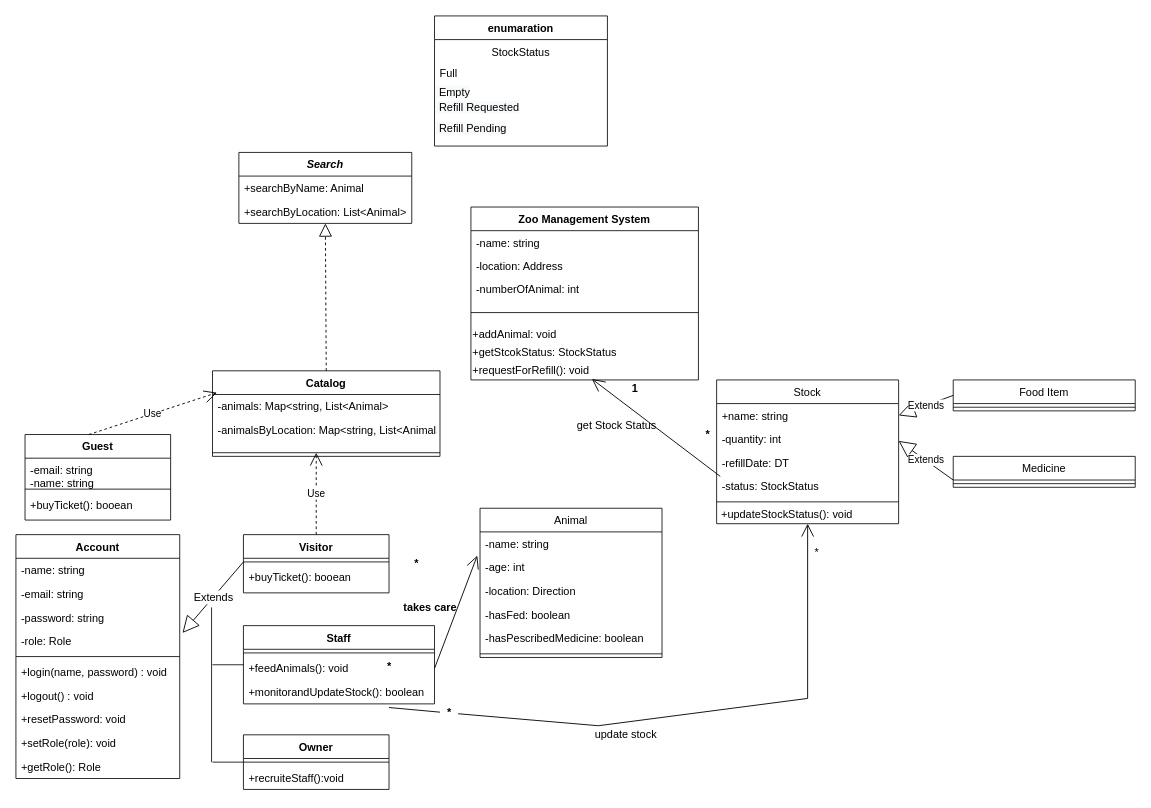
This is page "Zoo Management System" (2 of 5) of Movie Ticket Booking.drawio from Moytri/Uml-Diagram, a draw.io file, before an edit. Source tidied: cells renumbered, new cells numbered last; positions are measured from the earlier drawing's top-left corner, leaving out a move shared by most shapes. Both pictures are drawn from the tidied source at 91%, with x=0, y=0 at pixel (15, 15).
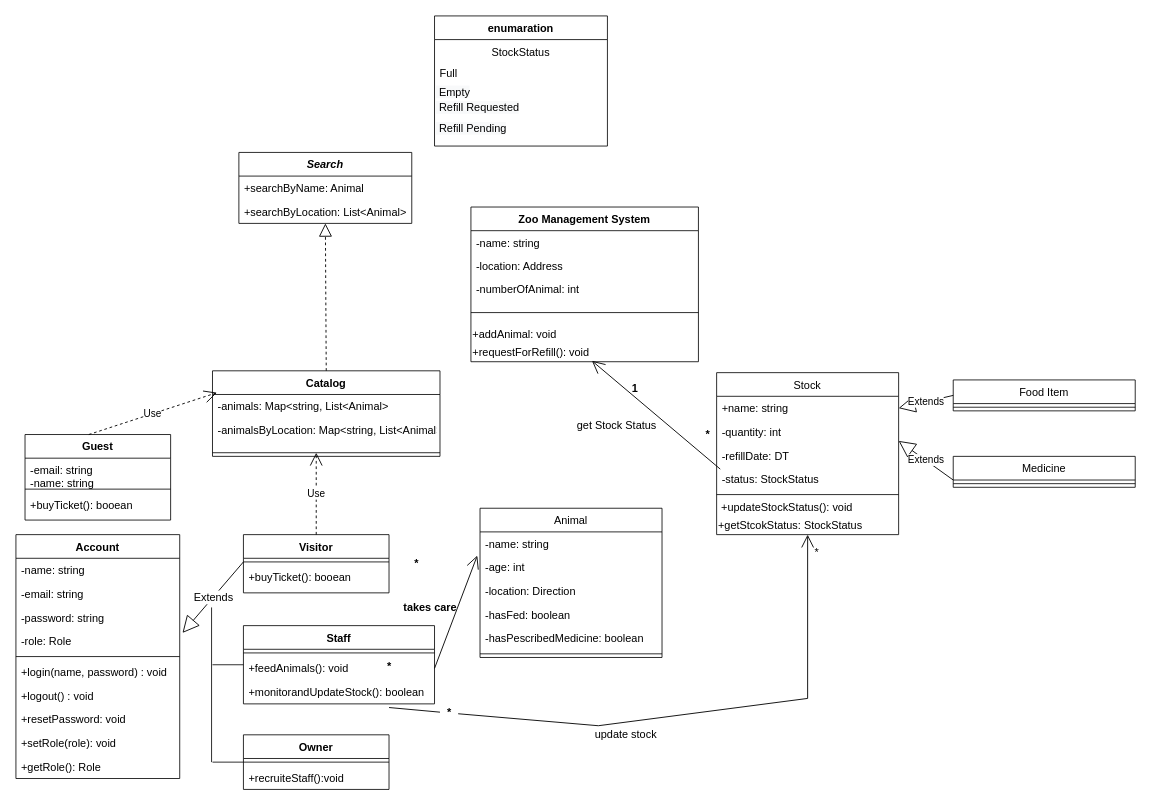
After the change.

The change refers to these unchanged cells:
```xml
<mxCell id="66" value="&amp;nbsp;+updateStockStatus(): void" style="text;html=1;align=left;verticalAlign=middle;points=[];strokeColor=none;fillColor=none;" parent="60" vertex="1">
  <mxGeometry y="138" width="200" height="20" as="geometry" />
</mxCell>
<mxCell id="86" value="&lt;b&gt;*&lt;/b&gt;" style="text;html=1;align=center;verticalAlign=middle;points=[];strokeColor=none;fillColor=none;" parent="1" vertex="1">
  <mxGeometry x="466" y="756" width="20" height="20" as="geometry" />
</mxCell>
```

Diff of the diagram source:
```diff
@@
     <mxCell id="52" value="Zoo Management System" style="swimlane;fontStyle=1;align=center;verticalAlign=top;horizontal=1;startSize=26;fontSize=12;strokeWidth=1;opacity=90;" parent="1" vertex="1">
-      <mxGeometry x="500" y="210" width="250" height="190" as="geometry" />
+      <mxGeometry x="500" y="210" width="250" height="170" as="geometry" />
     </mxCell>
@@
-    <mxCell id="58" value="+getStcokStatus: StockStatus" style="text;html=1;align=left;verticalAlign=middle;strokeColor=none;fillColor=none;" parent="52" vertex="1">
-      <mxGeometry y="150" width="250" height="20" as="geometry" />
-    </mxCell>
     <mxCell id="59" value="+requestForRefill(): void" style="text;html=1;align=left;verticalAlign=middle;points=[];strokeColor=none;fillColor=none;" parent="52" vertex="1">
-      <mxGeometry y="170" width="250" height="20" as="geometry" />
+      <mxGeometry y="150" width="250" height="20" as="geometry" />
     </mxCell>
     <mxCell id="60" value="Stock" style="swimlane;fontStyle=0;align=center;verticalAlign=top;horizontal=1;startSize=26;fontSize=12;strokeWidth=1;opacity=90;" parent="1" vertex="1">
-      <mxGeometry x="770" y="400" width="200" height="158" as="geometry" />
+      <mxGeometry x="770" y="392" width="200" height="178" as="geometry" />
     </mxCell>
@@
+    <mxCell id="58" value="+getStcokStatus: StockStatus" style="text;html=1;align=left;verticalAlign=middle;strokeColor=none;fillColor=none;" parent="60" vertex="1">
+      <mxGeometry y="158" width="200" height="20" as="geometry" />
+    </mxCell>
@@
-    <mxCell id="83" style="endArrow=open;endFill=1;endSize=12;html=1;rounded=0;startArrow=none;" parent="1" edge="1" source="86" target="66">
+    <mxCell id="83" style="endArrow=open;endFill=1;endSize=12;html=1;rounded=0;startArrow=none;" parent="1" edge="1" source="86">
       <mxGeometry relative="1" as="geometry">
+        <mxPoint x="870" y="570" as="targetPoint" />
         <Array as="points">
           <mxPoint x="640" y="780" />
           <mxPoint x="870" y="750" />
         </Array>
       </mxGeometry>
     </mxCell>
```
